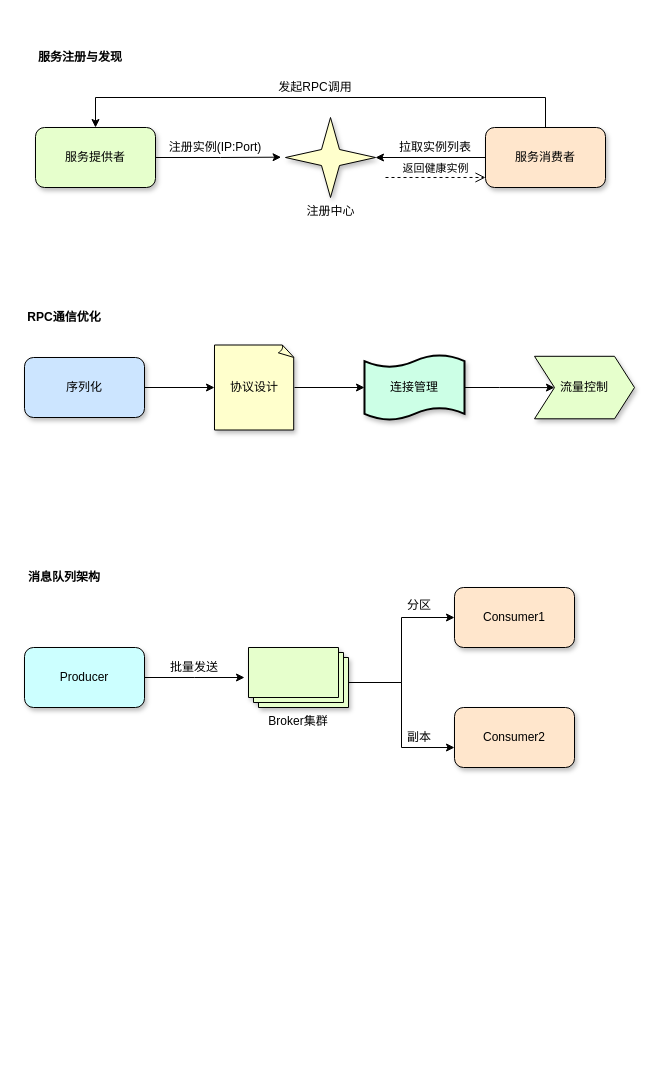
The draw.io diagram achitecture_diagram/服务层-组件.drawio in abigalexy/online_drawing, before the edit. Source tidied: cells renumbered, new cells numbered last; positions are measured from the earlier drawing's top-left corner, leaving out a move shared by most shapes. Both pictures are drawn from the tidied source at 100%, with x=0, y=0 at pixel (24, 47).
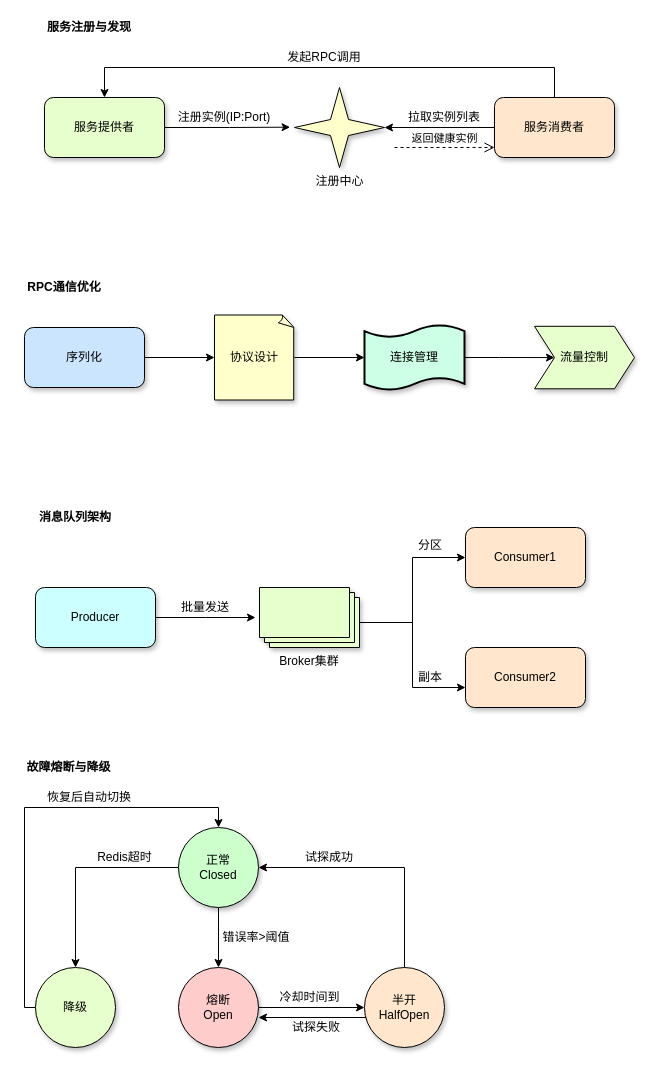
Above is the later version.

Commit message:
更新服务层-组件.drawio

What changed in the source:
```diff
@@
     <mxCell id="2" style="group;" parent="1" vertex="1">
-      <mxGeometry x="11" width="570" height="150" as="geometry" />
+      <mxGeometry x="20" y="-30" width="570" height="150" as="geometry" />
     </mxCell>
@@
     <mxCell id="14" style="group;" parent="1" vertex="1">
-      <mxGeometry y="260" width="610" height="122.5" as="geometry" />
+      <mxGeometry y="230" width="610" height="122.5" as="geometry" />
     </mxCell>
@@
     <mxCell id="23" style="group;" parent="1" vertex="1">
-      <mxGeometry y="520" width="550" height="200" as="geometry" />
+      <mxGeometry x="11" y="460" width="550" height="200" as="geometry" />
     </mxCell>
@@
+    <mxCell id="35" value="&lt;b&gt;故障熔断与降级&lt;/b&gt;" style="text;strokeColor=none;align=center;fillColor=none;html=1;verticalAlign=middle;whiteSpace=wrap;rounded=0;" parent="1" vertex="1">
+      <mxGeometry y="710" width="89" height="20" as="geometry" />
+    </mxCell>
+    <mxCell id="36" style="group;" parent="1" vertex="1">
+      <mxGeometry y="740" width="420" height="260" as="geometry" />
+    </mxCell>
+    <mxCell id="37" style="edgeStyle=orthogonalEdgeStyle;rounded=0;jettySize=auto;html=1;entryX=0.5;entryY=0;entryDx=0;entryDy=0;" parent="36" edge="1" source="39" target="43">
+      <mxGeometry relative="1" as="geometry" />
+    </mxCell>
+    <mxCell id="38" style="edgeStyle=orthogonalEdgeStyle;rounded=0;jettySize=auto;html=1;entryX=0.5;entryY=0;entryDx=0;entryDy=0;" parent="36" edge="1" source="39" target="41">
+      <mxGeometry relative="1" as="geometry" />
+    </mxCell>
+    <mxCell id="39" value="正常&lt;br&gt;Closed" style="ellipse;whiteSpace=wrap;html=1;fillColor=#CCFFCC;shadow=1;" parent="36" vertex="1">
+      <mxGeometry x="154" y="40" width="80" height="80" as="geometry" />
+    </mxCell>
+    <mxCell id="40" style="edgeStyle=orthogonalEdgeStyle;rounded=0;jettySize=auto;html=1;entryX=0.5;entryY=0;entryDx=0;entryDy=0;" parent="36" edge="1" source="41" target="39">
+      <mxGeometry relative="1" as="geometry">
+        <Array as="points">
+          <mxPoint y="220" />
+          <mxPoint y="20" />
+          <mxPoint x="194" y="20" />
+        </Array>
+      </mxGeometry>
+    </mxCell>
+    <mxCell id="41" value="降级" style="ellipse;whiteSpace=wrap;html=1;fillColor=#E6FFCC;shadow=1;" parent="36" vertex="1">
+      <mxGeometry x="11" y="180" width="80" height="80" as="geometry" />
+    </mxCell>
+    <mxCell id="42" style="edgeStyle=orthogonalEdgeStyle;rounded=0;jettySize=auto;html=1;entryX=0;entryY=0.5;entryDx=0;entryDy=0;" parent="36" edge="1" source="43" target="46">
+      <mxGeometry relative="1" as="geometry" />
+    </mxCell>
+    <mxCell id="43" value="熔断&lt;br&gt;Open" style="ellipse;whiteSpace=wrap;html=1;fillColor=#FFCCCC;shadow=1;" parent="36" vertex="1">
+      <mxGeometry x="154" y="180" width="80" height="80" as="geometry" />
+    </mxCell>
+    <mxCell id="44" style="edgeStyle=orthogonalEdgeStyle;rounded=0;orthogonalLoop=1;jettySize=auto;html=1;exitX=0;exitY=0.5;exitDx=0;exitDy=0;entryX=1;entryY=0.5;entryDx=0;entryDy=0;" parent="36" edge="1">
+      <mxGeometry relative="1" as="geometry">
+        <mxPoint x="350" y="230" as="sourcePoint" />
+        <mxPoint x="234" y="230" as="targetPoint" />
+      </mxGeometry>
+    </mxCell>
+    <mxCell id="45" style="edgeStyle=orthogonalEdgeStyle;rounded=0;jettySize=auto;html=1;exitX=0.5;exitY=0;exitDx=0;exitDy=0;entryX=1;entryY=0.5;entryDx=0;entryDy=0;" parent="36" edge="1" source="46" target="39">
+      <mxGeometry relative="1" as="geometry" />
+    </mxCell>
+    <mxCell id="46" value="半开&lt;br&gt;HalfOpen" style="ellipse;whiteSpace=wrap;html=1;fillColor=#FFE6CC;shadow=1;" parent="36" vertex="1">
+      <mxGeometry x="340" y="180" width="80" height="80" as="geometry" />
+    </mxCell>
+    <mxCell id="47" value="Redis超时" style="text;strokeColor=none;align=center;fillColor=none;html=1;verticalAlign=middle;whiteSpace=wrap;rounded=0;" parent="36" vertex="1">
+      <mxGeometry x="70" y="60" width="61" height="20" as="geometry" />
+    </mxCell>
+    <mxCell id="48" value="错误率&amp;gt;阈值" style="text;strokeColor=none;align=center;fillColor=none;html=1;verticalAlign=middle;whiteSpace=wrap;rounded=0;" parent="36" vertex="1">
+      <mxGeometry x="197.2" y="140" width="70" height="20" as="geometry" />
+    </mxCell>
+    <mxCell id="49" value="冷却时间到" style="text;strokeColor=none;align=center;fillColor=none;html=1;verticalAlign=middle;whiteSpace=wrap;rounded=0;" parent="36" vertex="1">
+      <mxGeometry x="252.8" y="200" width="64.5" height="20" as="geometry" />
+    </mxCell>
+    <mxCell id="50" value="试探失败" style="text;strokeColor=none;align=center;fillColor=none;html=1;verticalAlign=middle;whiteSpace=wrap;rounded=0;" parent="36" vertex="1">
+      <mxGeometry x="267.2" y="230" width="50" height="20" as="geometry" />
+    </mxCell>
+    <mxCell id="51" value="试探成功" style="text;strokeColor=none;align=center;fillColor=none;html=1;verticalAlign=middle;whiteSpace=wrap;rounded=0;" parent="36" vertex="1">
+      <mxGeometry x="280" y="60" width="50" height="20" as="geometry" />
+    </mxCell>
+    <mxCell id="52" value="恢复后自动切换" style="text;strokeColor=none;align=center;fillColor=none;html=1;verticalAlign=middle;whiteSpace=wrap;rounded=0;" parent="36" vertex="1">
+      <mxGeometry x="20" width="90" height="20" as="geometry" />
+    </mxCell>
```
